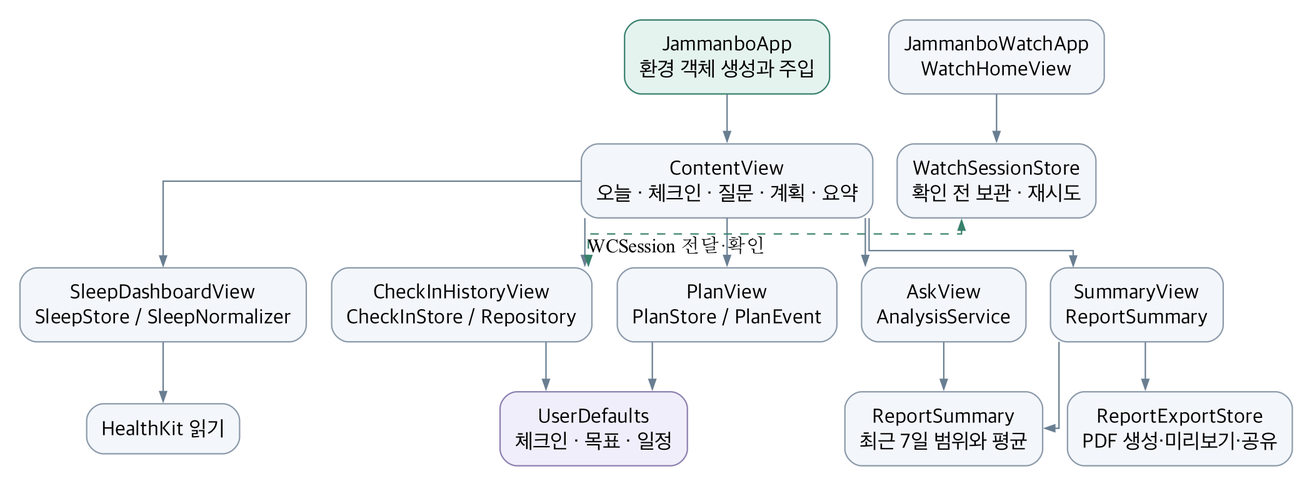
Earlier version of the Graphviz export docs/architecture/assets/structure.png (JinWoong-Jung/snorlax). Its source is kept beside it as docs/architecture/assets/structure.dot. Source of this version:
```dot
digraph G {
 graph [rankdir=TB, bgcolor="white", pad="0.2", nodesep="0.25", ranksep="0.5", splines=ortho];
 node [fontname="Apple SD Gothic Neo", fontsize=15, shape=box, style="rounded,filled", fillcolor="#F3F6FA", color="#8C9AAA", margin="0.15,0.12"];
 edge [color="#697E91", arrowsize=0.7];
 root [label="JammanboApp\n환경 객체 생성과 주입", fillcolor="#E5F3EF", color="#38816C"];
 content [label="ContentView\n오늘 · 체크인 · 질문 · 계획 · 요약"];
 sleep [label="SleepDashboardView\nSleepStore / SleepNormalizer"];
 check [label="CheckInHistoryView\nCheckInStore / Repository"];
 ask [label="AskView\nAnalysisService"];
 plan [label="PlanView\nPlanStore / PlanEvent"];
 report [label="SummaryView\nReportSummary"];
 hk [label="HealthKit 읽기"];
 defaults [label="UserDefaults\n체크인 · 목표 · 일정", fillcolor="#F0EEFA", color="#8C80B0"];
 window [label="ReportSummary\n최근 7일 범위와 평균"];
 pdf [label="ReportExportStore\nPDF 생성·미리보기·공유"];
 watch [label="JammanboWatchApp\nWatchHomeView"];
 wstore [label="WatchSessionStore\n확인 전 보관 · 재시도"];
 root -> content;
 content -> sleep; content -> check; content -> ask; content -> plan; content -> report;
 sleep -> hk; check -> defaults; plan -> defaults;
 ask -> window; report -> pdf; report -> window;
 watch -> wstore;
 wstore -> check [dir=both,style=dashed, color="#38816C", constraint=false, xlabel="WCSession 전달·확인"];
 {rank=same; root; watch;}
 {rank=same; hk; defaults; window; pdf;}
}
```
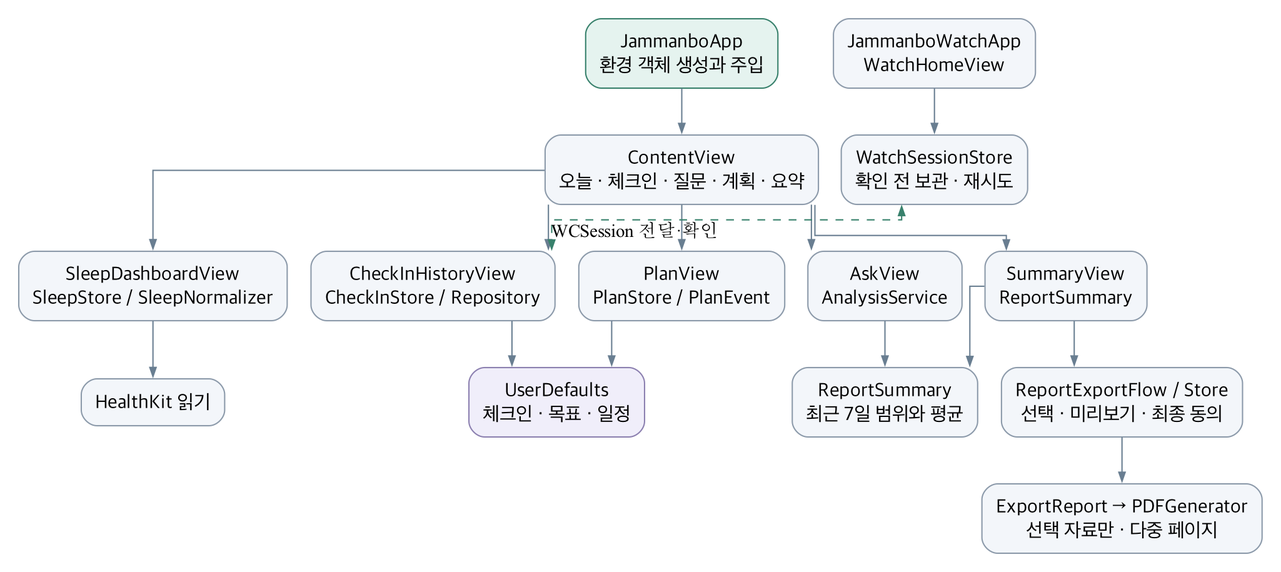
The same diagram one commit later.

What changed in the source:
```diff
@@ -12,13 +12,15 @@
  hk [label="HealthKit 읽기"];
  defaults [label="UserDefaults\n체크인 · 목표 · 일정", fillcolor="#F0EEFA", color="#8C80B0"];
  window [label="ReportSummary\n최근 7일 범위와 평균"];
- pdf [label="ReportExportStore\nPDF 생성·미리보기·공유"];
+ pdf [label="ReportExportFlow / Store\n선택 · 미리보기 · 최종 동의"];
  watch [label="JammanboWatchApp\nWatchHomeView"];
  wstore [label="WatchSessionStore\n확인 전 보관 · 재시도"];
  root -> content;
  content -> sleep; content -> check; content -> ask; content -> plan; content -> report;
  sleep -> hk; check -> defaults; plan -> defaults;
  ask -> window; report -> pdf; report -> window;
+ projection [label="ExportReport → PDFGenerator\n선택 자료만 · 다중 페이지"];
+ pdf -> projection;
  watch -> wstore;
  wstore -> check [dir=both,style=dashed, color="#38816C", constraint=false, xlabel="WCSession 전달·확인"];
  {rank=same; root; watch;}
```
